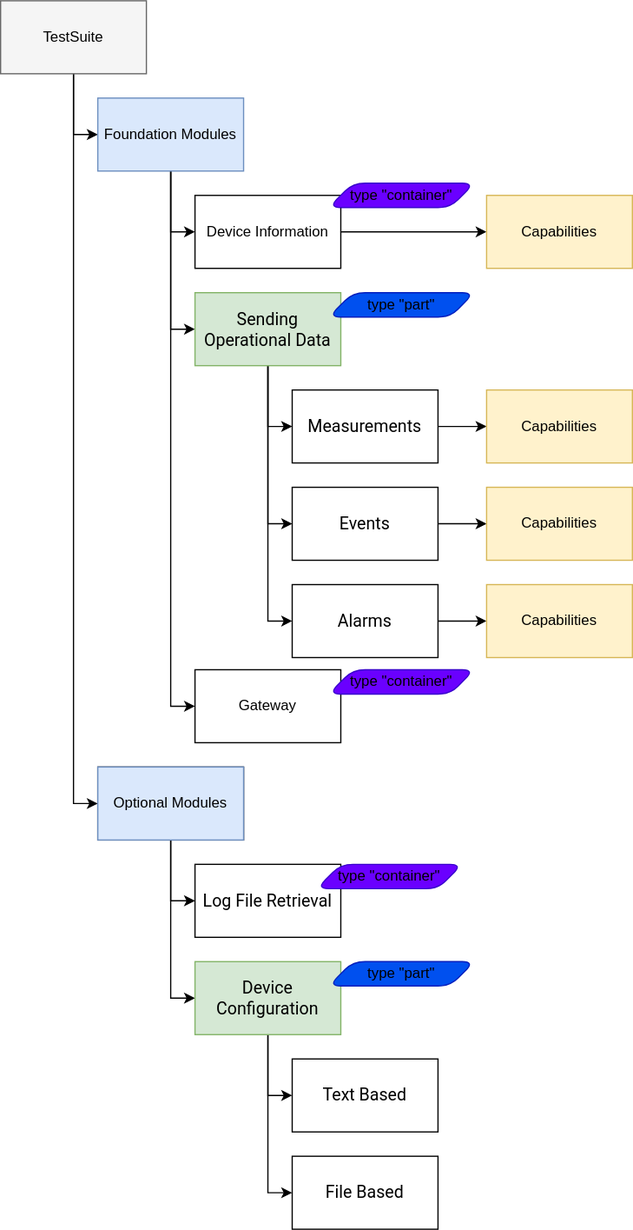
Above: docs/media/model.drawio.svg in SoftwareAG/cumulocity-self-service-certification (draw.io), before the change. Source tidied: cells renumbered, new cells last; positions are measured from the earlier drawing's top-left corner, leaving out a move shared by most shapes.
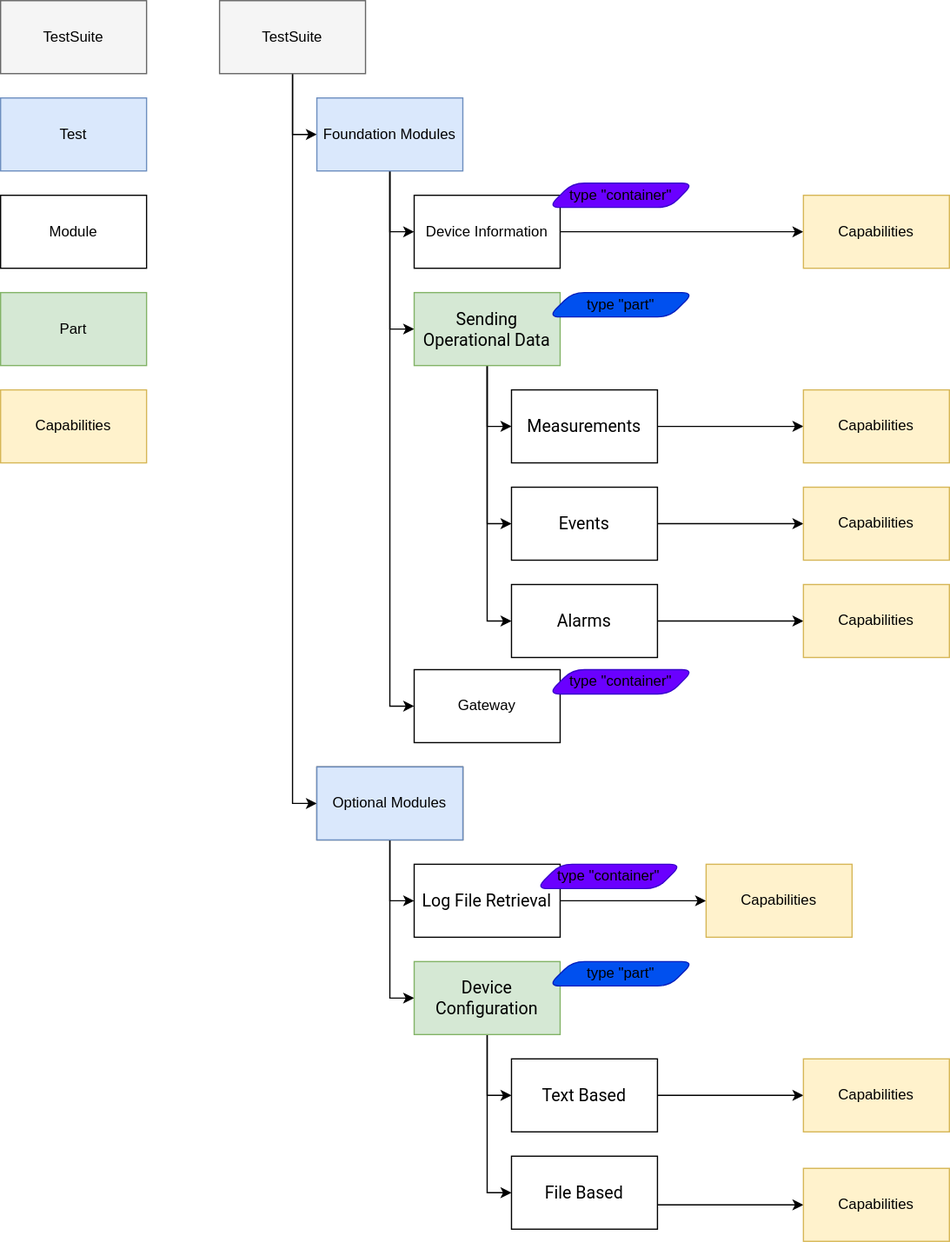
After the change.

Commit message:
Correct Information Model  #235

Diff of the diagram source:
```diff
@@ -63,7 +63,7 @@
       <mxGeometry x="240" y="480" width="120" height="60" as="geometry" />
     </mxCell>
     <mxCell id="22" value="Capabilities" style="rounded=0;whiteSpace=wrap;html=1;fillColor=#fff2cc;strokeColor=#d6b656;fontColor=#000000;" parent="1" vertex="1">
-      <mxGeometry x="400" y="160" width="120" height="60" as="geometry" />
+      <mxGeometry x="480" y="160" width="120" height="60" as="geometry" />
     </mxCell>
     <mxCell id="23" style="edgeStyle=orthogonalEdgeStyle;rounded=0;jettySize=auto;html=1;entryX=0;entryY=0.5;entryDx=0;entryDy=0;fontColor=#000000;" parent="1" edge="1" source="24" target="32">
       <mxGeometry relative="1" as="geometry" />
@@ -84,7 +84,7 @@
       <mxGeometry x="160" y="240" width="120" height="60" as="geometry" />
     </mxCell>
     <mxCell id="29" value="Capabilities" style="rounded=0;whiteSpace=wrap;html=1;fillColor=#fff2cc;strokeColor=#d6b656;fontColor=#000000;" parent="1" vertex="1">
-      <mxGeometry x="400" y="320" width="120" height="60" as="geometry" />
+      <mxGeometry x="480" y="320" width="120" height="60" as="geometry" />
     </mxCell>
     <mxCell id="30" style="edgeStyle=orthogonalEdgeStyle;rounded=0;jettySize=auto;html=1;entryX=0;entryY=0.5;entryDx=0;entryDy=0;fontColor=#000000;" parent="1" edge="1" source="32" target="16">
       <mxGeometry relative="1" as="geometry" />
@@ -96,10 +96,10 @@
       <mxGeometry x="160" y="790" width="120" height="60" as="geometry" />
     </mxCell>
     <mxCell id="33" value="Capabilities" style="rounded=0;whiteSpace=wrap;html=1;fillColor=#fff2cc;strokeColor=#d6b656;fontColor=#000000;" parent="1" vertex="1">
-      <mxGeometry x="400" y="400" width="120" height="60" as="geometry" />
+      <mxGeometry x="480" y="400" width="120" height="60" as="geometry" />
     </mxCell>
     <mxCell id="34" value="Capabilities" style="rounded=0;whiteSpace=wrap;html=1;fillColor=#fff2cc;strokeColor=#d6b656;fontColor=#000000;" parent="1" vertex="1">
-      <mxGeometry x="400" y="480" width="120" height="60" as="geometry" />
+      <mxGeometry x="480" y="480" width="120" height="60" as="geometry" />
     </mxCell>
     <mxCell id="35" value="Gateway" style="rounded=0;whiteSpace=wrap;html=1;fontColor=#000000;" parent="1" vertex="1">
       <mxGeometry x="160" y="550" width="120" height="60" as="geometry" />
@@ -119,5 +119,44 @@
     <mxCell id="40" value="&lt;span style=&quot;color: rgb(0 , 0 , 0) ; text-align: left&quot;&gt;type &quot;part&quot;&lt;/span&gt;" style="shape=parallelogram;perimeter=parallelogramPerimeter;whiteSpace=wrap;html=1;fixedSize=1;rounded=1;fillColor=#0050ef;strokeColor=#001DBC;fontColor=#ffffff;" parent="1" vertex="1">
       <mxGeometry x="270" y="790" width="120" height="20" as="geometry" />
     </mxCell>
+    <mxCell id="41" style="edgeStyle=orthogonalEdgeStyle;rounded=0;jettySize=auto;html=1;fontColor=#000000;" parent="1" edge="1" target="42">
+      <mxGeometry relative="1" as="geometry">
+        <mxPoint x="360" y="900" as="sourcePoint" />
+      </mxGeometry>
+    </mxCell>
+    <mxCell id="42" value="Capabilities" style="rounded=0;whiteSpace=wrap;html=1;fillColor=#fff2cc;strokeColor=#d6b656;fontColor=#000000;" parent="1" vertex="1">
+      <mxGeometry x="480" y="870" width="120" height="60" as="geometry" />
+    </mxCell>
+    <mxCell id="43" style="edgeStyle=orthogonalEdgeStyle;rounded=0;jettySize=auto;html=1;fontColor=#000000;" parent="1" edge="1" target="44">
+      <mxGeometry relative="1" as="geometry">
+        <mxPoint x="360" y="990" as="sourcePoint" />
+      </mxGeometry>
+    </mxCell>
+    <mxCell id="44" value="Capabilities" style="rounded=0;whiteSpace=wrap;html=1;fillColor=#fff2cc;strokeColor=#d6b656;fontColor=#000000;" parent="1" vertex="1">
+      <mxGeometry x="480" y="960" width="120" height="60" as="geometry" />
+    </mxCell>
+    <mxCell id="45" style="edgeStyle=orthogonalEdgeStyle;rounded=0;jettySize=auto;html=1;fontColor=#000000;" parent="1" edge="1" target="46">
+      <mxGeometry relative="1" as="geometry">
+        <mxPoint x="280" y="740" as="sourcePoint" />
+      </mxGeometry>
+    </mxCell>
+    <mxCell id="46" value="Capabilities" style="rounded=0;whiteSpace=wrap;html=1;fillColor=#fff2cc;strokeColor=#d6b656;fontColor=#000000;" parent="1" vertex="1">
+      <mxGeometry x="400" y="710" width="120" height="60" as="geometry" />
+    </mxCell>
+    <mxCell id="47" value="Test" style="rounded=0;whiteSpace=wrap;html=1;fillColor=#dae8fc;strokeColor=#6c8ebf;fontColor=#000000;" parent="1" vertex="1">
+      <mxGeometry x="-180" y="80" width="120" height="60" as="geometry" />
+    </mxCell>
+    <mxCell id="48" value="Module" style="rounded=0;whiteSpace=wrap;html=1;fontColor=#000000;" parent="1" vertex="1">
+      <mxGeometry x="-180" y="160" width="120" height="60" as="geometry" />
+    </mxCell>
+    <mxCell id="49" value="Capabilities" style="rounded=0;whiteSpace=wrap;html=1;fillColor=#fff2cc;strokeColor=#d6b656;fontColor=#000000;" parent="1" vertex="1">
+      <mxGeometry x="-180" y="320" width="120" height="60" as="geometry" />
+    </mxCell>
+    <mxCell id="50" value="Part" style="rounded=0;whiteSpace=wrap;html=1;fillColor=#d5e8d4;strokeColor=#82b366;fontColor=#000000;" parent="1" vertex="1">
+      <mxGeometry x="-180" y="240" width="120" height="60" as="geometry" />
+    </mxCell>
+    <mxCell id="51" value="TestSuite" style="rounded=0;whiteSpace=wrap;html=1;fillColor=#f5f5f5;strokeColor=#666666;fontColor=#000000;" parent="1" vertex="1">
+      <mxGeometry x="-180" width="120" height="60" as="geometry" />
+    </mxCell>
   </root>
 </mxGraphModel>
```
